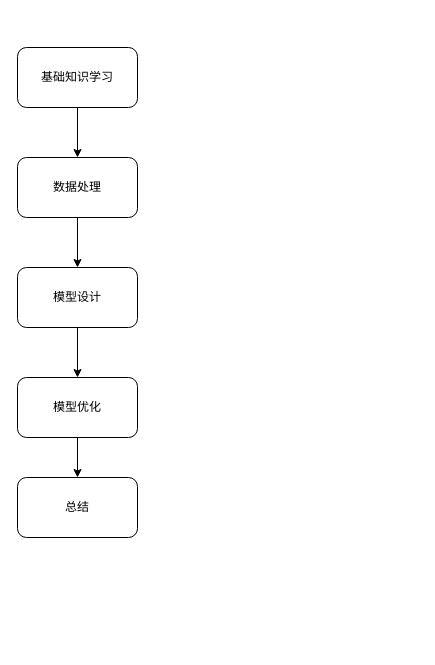
zhou-ning/Diagrams keeps this draw.io diagram as Untitled Diagram.drawio. Above is the earlier version. Source tidied: cells renumbered, new cells numbered last; positions are measured from the earlier drawing's top-left corner, leaving out a move shared by most shapes. Both pictures are drawn from the tidied source at 100%, with x=0, y=0 at pixel (17, 47).
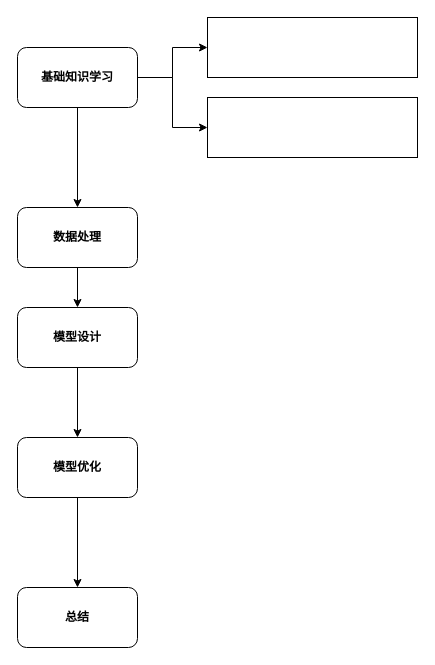
The same diagram, later.

The edit, as a diff of the source:
```diff
@@
 <mxGraphModel>
   <root>
     <mxCell id="0" />
     <mxCell id="1" parent="0" />
     <mxCell id="2" style="edgeStyle=orthogonalEdgeStyle;rounded=0;jettySize=auto;html=1;" parent="1" edge="1" source="3" target="5">
       <mxGeometry relative="1" as="geometry" />
     </mxCell>
+    <mxCell id="11" style="edgeStyle=orthogonalEdgeStyle;rounded=0;jettySize=auto;html=1;entryX=0;entryY=0.5;entryDx=0;entryDy=0;" parent="1" edge="1" source="3" target="13">
+      <mxGeometry relative="1" as="geometry" />
+    </mxCell>
+    <mxCell id="12" style="edgeStyle=orthogonalEdgeStyle;rounded=0;jettySize=auto;html=1;entryX=0;entryY=0.5;entryDx=0;entryDy=0;" parent="1" edge="1" source="3" target="14">
+      <mxGeometry relative="1" as="geometry" />
+    </mxCell>
-    <mxCell id="3" value="基础知识学习" style="rounded=1;whiteSpace=wrap;html=1;" parent="1" vertex="1">
+    <mxCell id="3" value="&lt;b&gt;基础知识学习&lt;/b&gt;" style="rounded=1;whiteSpace=wrap;html=1;" parent="1" vertex="1">
       <mxGeometry width="120" height="60" as="geometry" />
     </mxCell>
     <mxCell id="4" style="edgeStyle=orthogonalEdgeStyle;rounded=0;jettySize=auto;html=1;" parent="1" edge="1" source="5" target="7">
       <mxGeometry relative="1" as="geometry" />
     </mxCell>
-    <mxCell id="5" value="数据处理" style="rounded=1;whiteSpace=wrap;html=1;" parent="1" vertex="1">
-      <mxGeometry y="110" width="120" height="60" as="geometry" />
+    <mxCell id="5" value="&lt;b&gt;数据处理&lt;/b&gt;" style="rounded=1;whiteSpace=wrap;html=1;" parent="1" vertex="1">
+      <mxGeometry y="160" width="120" height="60" as="geometry" />
     </mxCell>
     <mxCell id="6" style="edgeStyle=orthogonalEdgeStyle;rounded=0;jettySize=auto;html=1;" parent="1" edge="1" source="7" target="9">
       <mxGeometry relative="1" as="geometry" />
     </mxCell>
-    <mxCell id="7" value="模型设计" style="rounded=1;whiteSpace=wrap;html=1;" parent="1" vertex="1">
-      <mxGeometry y="220" width="120" height="60" as="geometry" />
+    <mxCell id="7" value="&lt;b&gt;模型设计&lt;/b&gt;" style="rounded=1;whiteSpace=wrap;html=1;" parent="1" vertex="1">
+      <mxGeometry y="260" width="120" height="60" as="geometry" />
     </mxCell>
     <mxCell id="8" style="edgeStyle=orthogonalEdgeStyle;rounded=0;jettySize=auto;html=1;" parent="1" edge="1" source="9" target="10">
       <mxGeometry relative="1" as="geometry" />
     </mxCell>
-    <mxCell id="9" value="模型优化" style="rounded=1;whiteSpace=wrap;html=1;" parent="1" vertex="1">
-      <mxGeometry y="330" width="120" height="60" as="geometry" />
+    <mxCell id="9" value="&lt;b&gt;模型优化&lt;/b&gt;" style="rounded=1;whiteSpace=wrap;html=1;" parent="1" vertex="1">
+      <mxGeometry y="390" width="120" height="60" as="geometry" />
     </mxCell>
-    <mxCell id="10" value="总结" style="rounded=1;whiteSpace=wrap;html=1;" parent="1" vertex="1">
-      <mxGeometry y="430" width="120" height="60" as="geometry" />
+    <mxCell id="10" value="&lt;b&gt;总结&lt;/b&gt;" style="rounded=1;whiteSpace=wrap;html=1;" parent="1" vertex="1">
+      <mxGeometry y="540" width="120" height="60" as="geometry" />
     </mxCell>
+    <mxCell id="13" style="rounded=0;whiteSpace=wrap;html=1;" parent="1" vertex="1">
+      <mxGeometry x="190" y="-30" width="210" height="60" as="geometry" />
+    </mxCell>
+    <mxCell id="14" style="rounded=0;whiteSpace=wrap;html=1;" parent="1" vertex="1">
+      <mxGeometry x="190" y="50" width="210" height="60" as="geometry" />
+    </mxCell>
   </root>
 </mxGraphModel>
```
